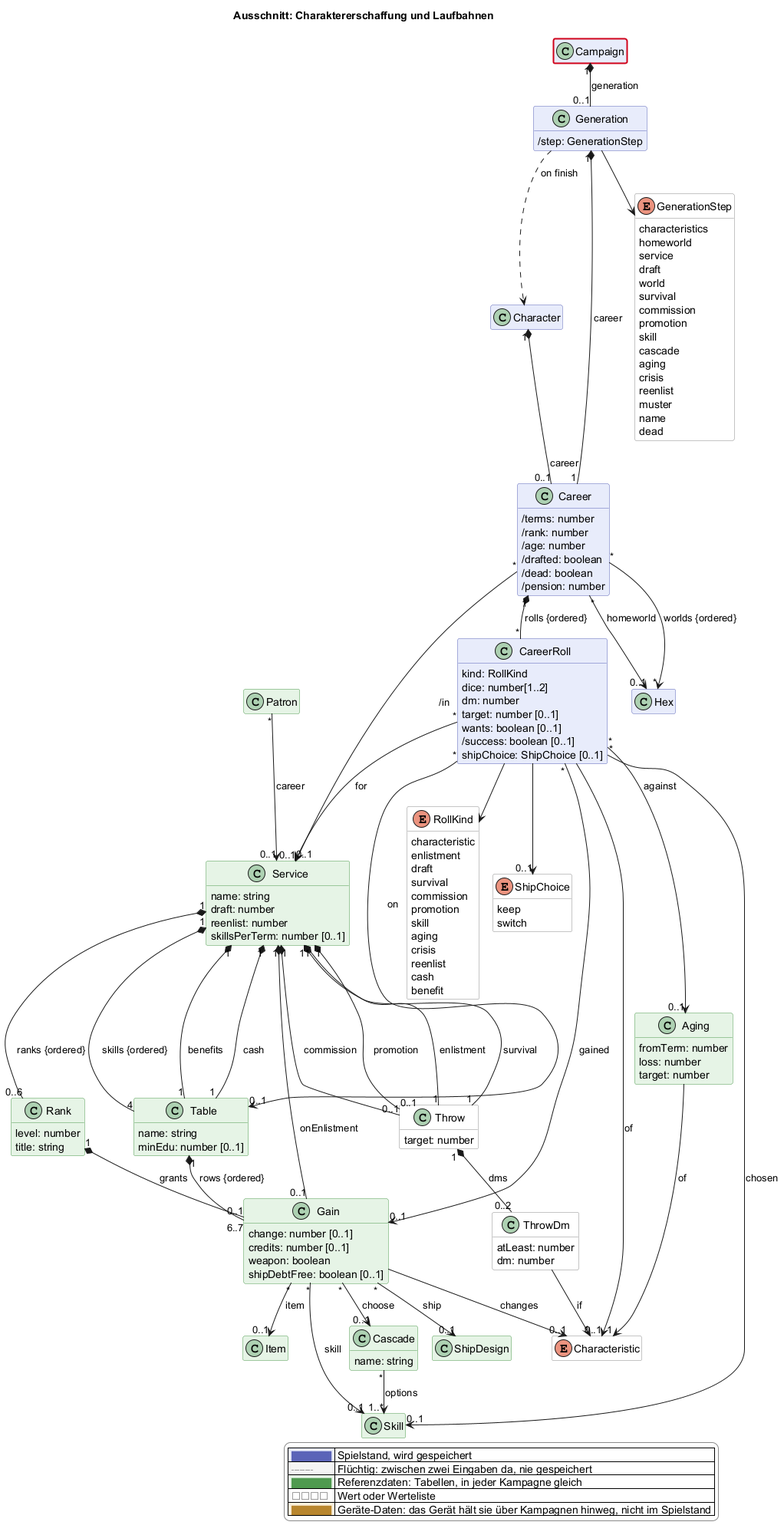
The PlantUML diagram docs/views/erschaffung.png in scuzzar/SRE, before a commit.
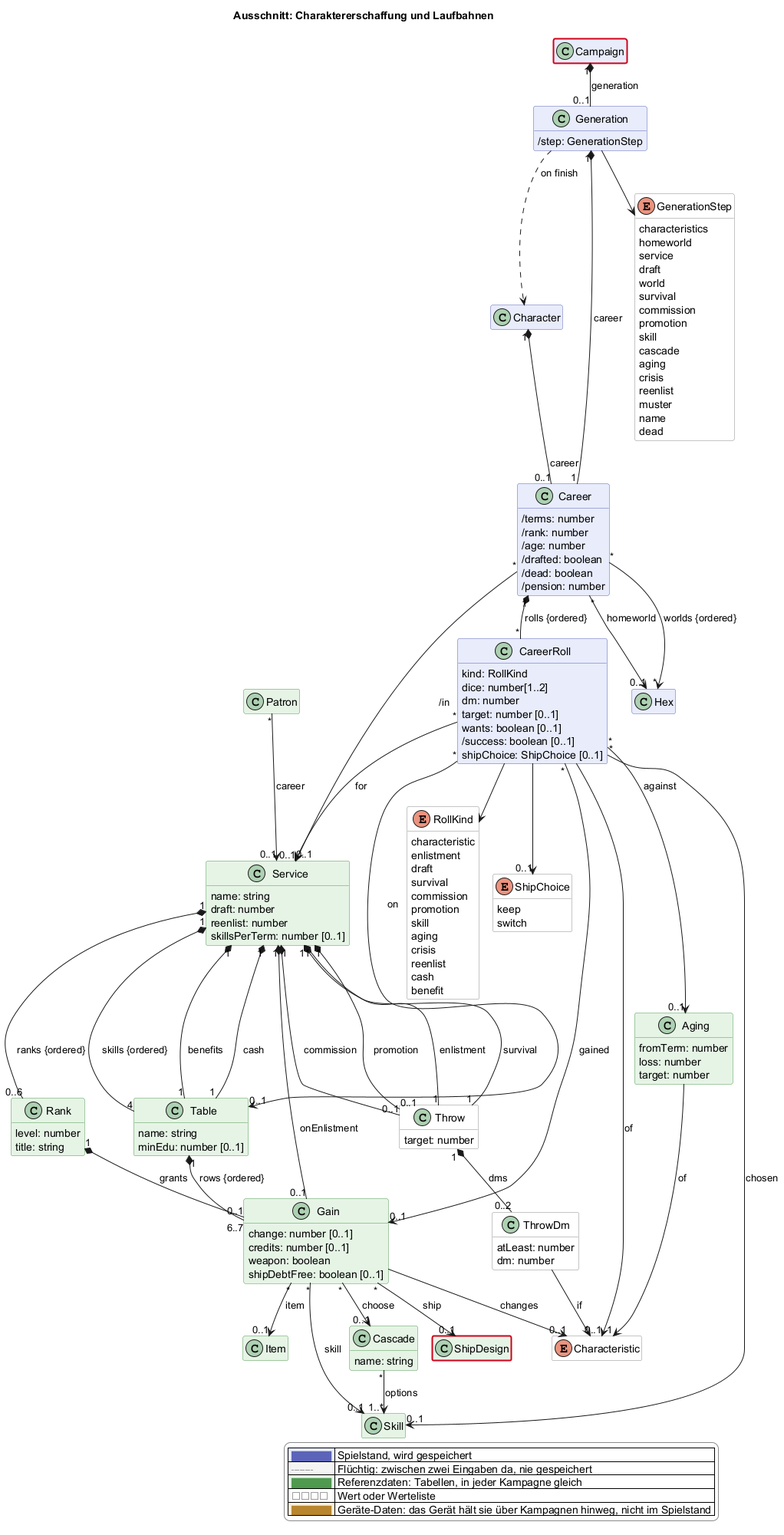
The same diagram one commit later.

The edit, as a diff of the source:
```diff
@@ -236,4 +236,5 @@
   |<#fdf1dc> <color:#b8862e>████</color> | Geräte-Daten: das Gerät hält sie über Kampagnen hinweg, nicht im Spielstand |
 endlegend
 class Campaign #line:d0021b;line.bold
+class ShipDesign #line:d0021b;line.bold
 @enduml
```
